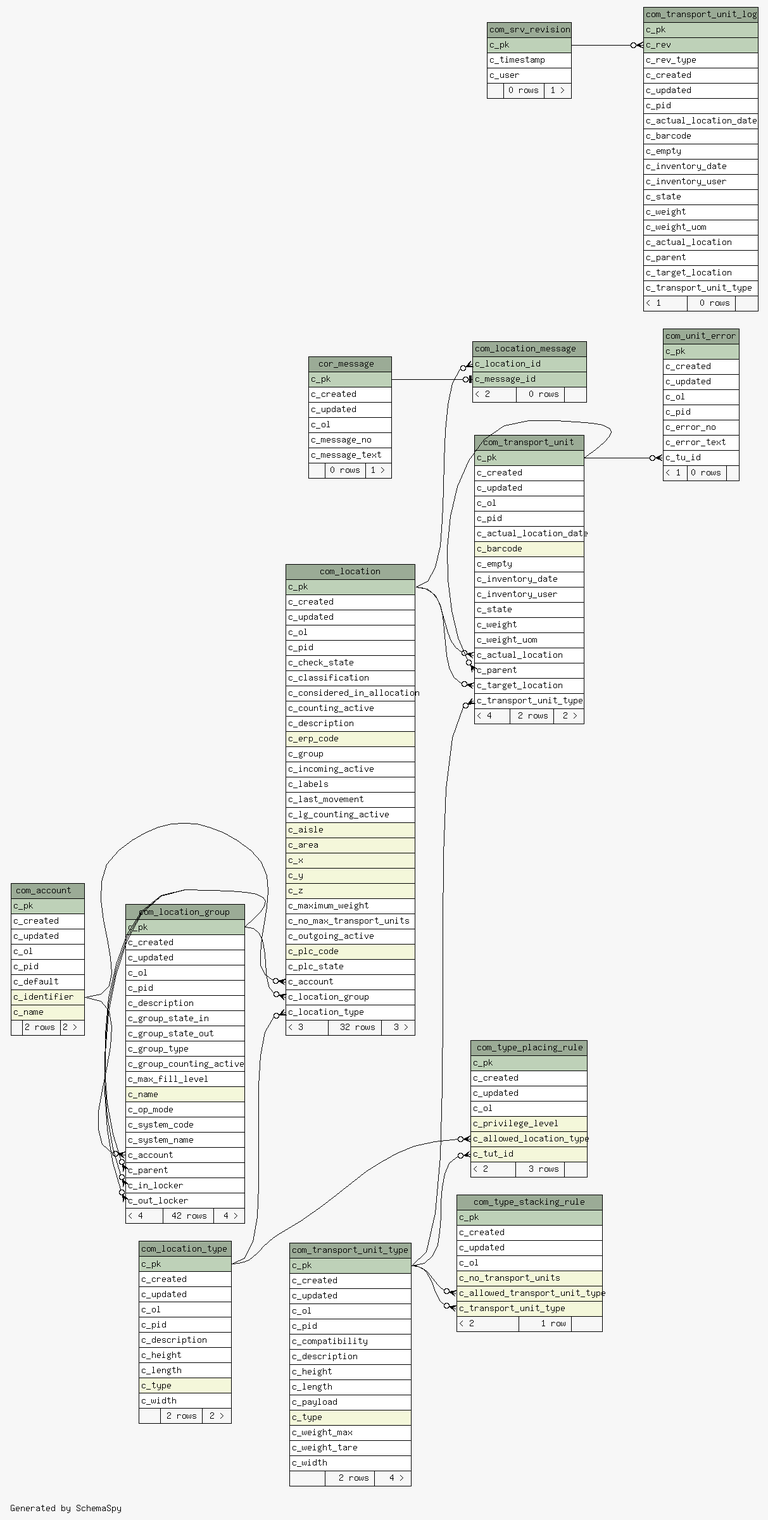
Above: 1.7.0-SNAPSHOT/schemaspy/diagrams/summary/relationships.real.large.png in openwms/org.openwms.common.service.lib (Graphviz), before the change. Its source is kept beside it as 1.7.0-SNAPSHOT/schemaspy/diagrams/summary/relationships.real.large.dot.
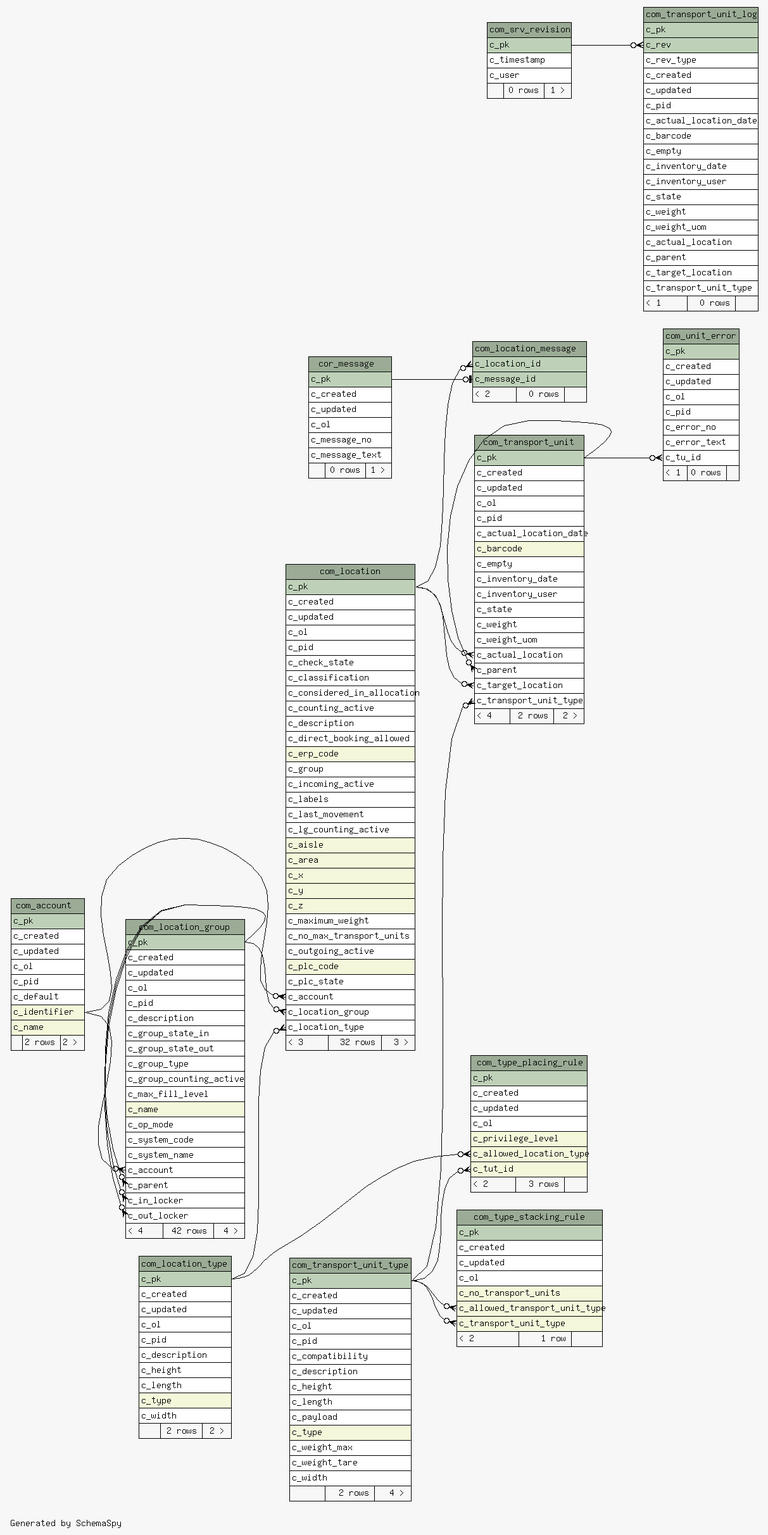
After the change.

The edit, as a diff of the source:
```diff
@@ -48,6 +48,7 @@
       <TR><TD PORT="c_considered_in_allocation" COLSPAN="3" ALIGN="LEFT">c_considered_in_allocation</TD></TR>
       <TR><TD PORT="c_counting_active" COLSPAN="3" ALIGN="LEFT">c_counting_active</TD></TR>
       <TR><TD PORT="c_description" COLSPAN="3" ALIGN="LEFT">c_description</TD></TR>
+      <TR><TD PORT="c_direct_booking_allowed" COLSPAN="3" ALIGN="LEFT">c_direct_booking_allowed</TD></TR>
       <TR><TD PORT="c_erp_code" COLSPAN="3" BGCOLOR="#f4f7da" ALIGN="LEFT">c_erp_code</TD></TR>
       <TR><TD PORT="c_group" COLSPAN="3" ALIGN="LEFT">c_group</TD></TR>
       <TR><TD PORT="c_incoming_active" COLSPAN="3" ALIGN="LEFT">c_incoming_active</TD></TR>
```
